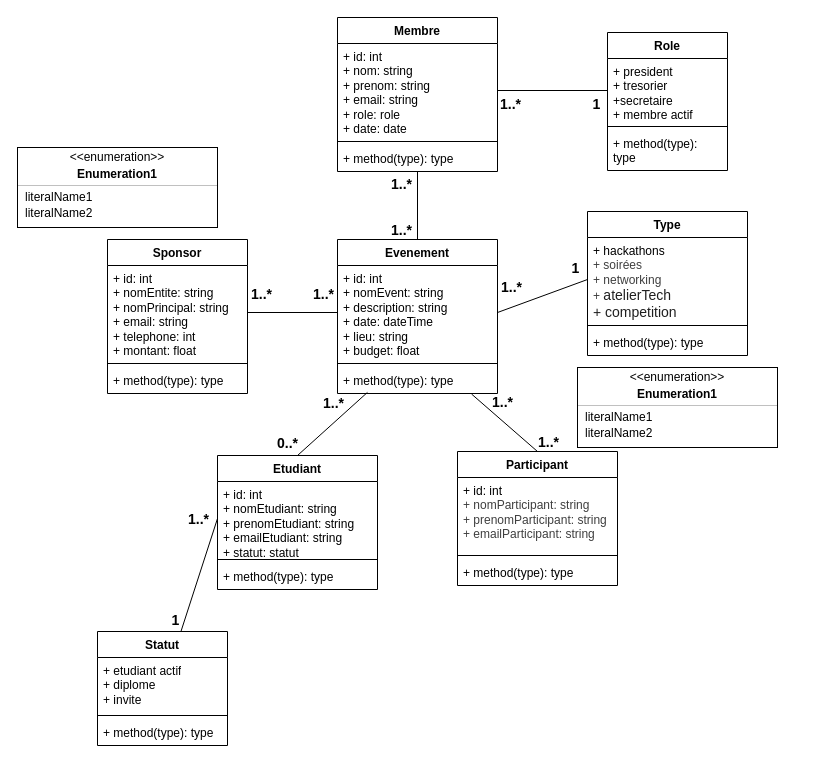
This is conception.drawio from makhfi03/sprint3-Brief-UML-SQL, a draw.io file, before an edit. Source tidied: cells renumbered, new cells numbered last; positions are measured from the earlier drawing's top-left corner, leaving out a move shared by most shapes. Both pictures are drawn from the tidied source at 100%, with x=0, y=0 at pixel (17, 17).
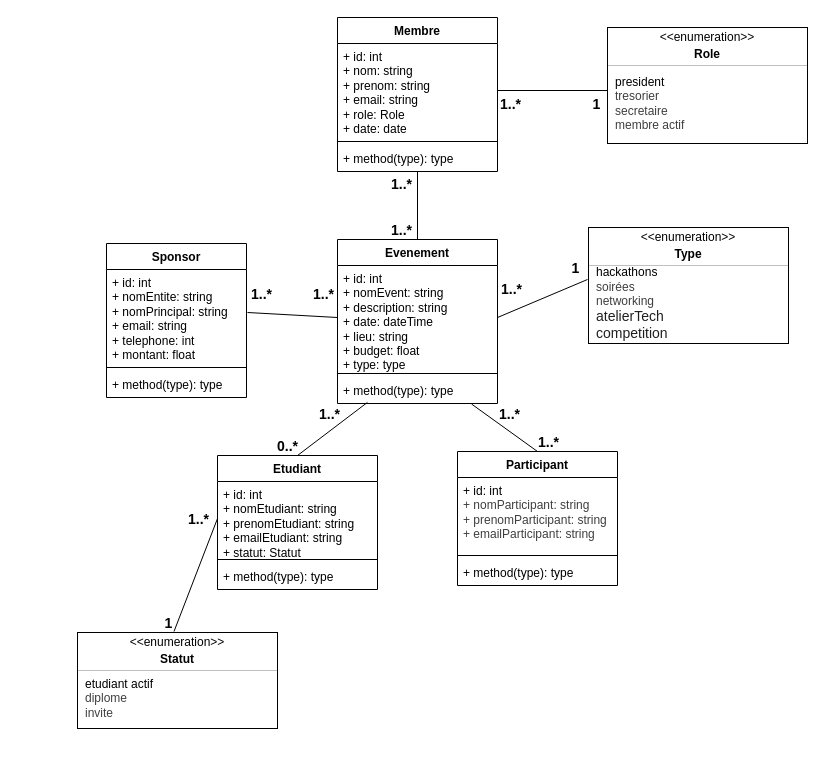
Above is the later version.

Commit message (it also covers changes not shown here):
corriger la conception uml (diagramme de classe) et l'implementation dans la base de donnée (MySQL).

Unchanged cells that the change refers to:
```xml
<mxCell id="3" value="Membre" style="swimlane;fontStyle=1;align=center;verticalAlign=top;horizontal=1;startSize=26;whiteSpace=wrap;html=1;" parent="1" vertex="1">
  <mxGeometry x="320" width="160" height="154" as="geometry" />
</mxCell>
<mxCell id="19" value="Etudiant" style="swimlane;fontStyle=1;align=center;verticalAlign=top;horizontal=1;startSize=26;whiteSpace=wrap;html=1;" parent="1" vertex="1">
  <mxGeometry x="200" y="438" width="160" height="134" as="geometry" />
</mxCell>
```

The edit, as a diff of the source:
```diff
@@
-    <mxCell id="4" value="+ id: int&lt;div&gt;+ nom: string&lt;/div&gt;&lt;div&gt;+ prenom: string&lt;/div&gt;&lt;div&gt;+ email: string&lt;/div&gt;&lt;div&gt;+ role: role&lt;/div&gt;&lt;div&gt;+ date: date&lt;/div&gt;" style="text;strokeColor=none;fillColor=none;align=left;verticalAlign=top;spacingLeft=4;spacingRight=4;overflow=hidden;points=[[0,0.5],[1,0.5]];portConstraint=eastwest;whiteSpace=wrap;html=1;" parent="3" vertex="1">
+    <mxCell id="4" value="+ id: int&lt;div&gt;+ nom: string&lt;/div&gt;&lt;div&gt;+ prenom: string&lt;/div&gt;&lt;div&gt;+ email: string&lt;/div&gt;&lt;div&gt;+ role: Role&lt;/div&gt;&lt;div&gt;+ date: date&lt;/div&gt;" style="text;strokeColor=none;fillColor=none;align=left;verticalAlign=top;spacingLeft=4;spacingRight=4;overflow=hidden;points=[[0,0.5],[1,0.5]];portConstraint=eastwest;whiteSpace=wrap;html=1;" parent="3" vertex="1">
       <mxGeometry y="26" width="160" height="94" as="geometry" />
     </mxCell>
@@
-    <mxCell id="7" value="Type" style="swimlane;fontStyle=1;align=center;verticalAlign=top;horizontal=1;startSize=26;whiteSpace=wrap;html=1;" parent="1" vertex="1">
-      <mxGeometry x="570" y="194" width="160" height="144" as="geometry" />
-    </mxCell>
-    <mxCell id="8" value="&lt;span style=&quot;color: rgb(0, 0, 0);&quot;&gt;+ hackathons&lt;/span&gt;&lt;div style=&quot;color: rgb(63, 63, 63); scrollbar-color: rgb(226, 226, 226) rgb(251, 251, 251);&quot;&gt;+ soirées&lt;/div&gt;&lt;div style=&quot;color: rgb(63, 63, 63); scrollbar-color: rgb(226, 226, 226) rgb(251, 251, 251);&quot;&gt;+ networking&lt;/div&gt;&lt;div style=&quot;color: rgb(63, 63, 63); scrollbar-color: rgb(226, 226, 226) rgb(251, 251, 251);&quot;&gt;+&amp;nbsp;&lt;span style=&quot;background-color: rgb(255, 255, 255); color: rgba(0, 0, 0, 0.88); font-family: &amp;quot;Nunito Sans&amp;quot;, &amp;quot;sans-serif&amp;quot;; font-size: 14px;&quot;&gt;atelierTech&lt;/span&gt;&lt;/div&gt;&lt;div style=&quot;color: rgb(63, 63, 63); scrollbar-color: rgb(226, 226, 226) rgb(251, 251, 251);&quot;&gt;&lt;span style=&quot;background-color: rgb(255, 255, 255); color: rgba(0, 0, 0, 0.88); font-family: &amp;quot;Nunito Sans&amp;quot;, &amp;quot;sans-serif&amp;quot;; font-size: 14px;&quot;&gt;+ competition&lt;/span&gt;&lt;/div&gt;" style="text;strokeColor=none;fillColor=none;align=left;verticalAlign=top;spacingLeft=4;spacingRight=4;overflow=hidden;points=[[0,0.5],[1,0.5]];portConstraint=eastwest;whiteSpace=wrap;html=1;" parent="7" vertex="1">
-      <mxGeometry y="26" width="160" height="84" as="geometry" />
-    </mxCell>
-    <mxCell id="9" style="line;strokeWidth=1;fillColor=none;align=left;verticalAlign=middle;spacingTop=-1;spacingLeft=3;spacingRight=3;labelPosition=right;strokeColor=inherit;" parent="7" vertex="1">
-      <mxGeometry y="110" width="160" height="8" as="geometry" />
-    </mxCell>
-    <mxCell id="10" value="+ method(type): type" style="text;strokeColor=none;fillColor=none;align=left;verticalAlign=top;spacingLeft=4;spacingRight=4;overflow=hidden;whiteSpace=wrap;html=1;" parent="7" vertex="1">
-      <mxGeometry y="118" width="160" height="26" as="geometry" />
-    </mxCell>
-    <mxCell id="11" value="Role" style="swimlane;fontStyle=1;align=center;verticalAlign=top;horizontal=1;startSize=26;whiteSpace=wrap;html=1;" parent="1" vertex="1">
-      <mxGeometry x="590" y="15" width="120" height="138" as="geometry" />
-    </mxCell>
-    <mxCell id="12" value="+ president&lt;div&gt;+ tresorier&lt;/div&gt;&lt;div&gt;+secretaire&lt;/div&gt;&lt;div&gt;+ membre actif&lt;/div&gt;" style="text;strokeColor=none;fillColor=none;align=left;verticalAlign=top;spacingLeft=4;spacingRight=4;overflow=hidden;points=[[0,0.5],[1,0.5]];portConstraint=eastwest;whiteSpace=wrap;html=1;" parent="11" vertex="1">
-      <mxGeometry y="26" width="120" height="64" as="geometry" />
-    </mxCell>
-    <mxCell id="13" style="line;strokeWidth=1;fillColor=none;align=left;verticalAlign=middle;spacingTop=-1;spacingLeft=3;spacingRight=3;labelPosition=right;strokeColor=inherit;" parent="11" vertex="1">
-      <mxGeometry y="90" width="120" height="8" as="geometry" />
-    </mxCell>
-    <mxCell id="14" value="+ method(type): type" style="text;strokeColor=none;fillColor=none;align=left;verticalAlign=top;spacingLeft=4;spacingRight=4;overflow=hidden;whiteSpace=wrap;html=1;" parent="11" vertex="1">
-      <mxGeometry y="98" width="120" height="40" as="geometry" />
-    </mxCell>
@@
-    <mxCell id="20" value="+ id: int&lt;div&gt;+ nomEtudiant: string&lt;/div&gt;&lt;div&gt;+ prenomEtudiant: string&lt;/div&gt;&lt;div&gt;+ emailEtudiant: string&lt;/div&gt;&lt;div&gt;+ statut: statut&lt;/div&gt;" style="text;strokeColor=none;fillColor=none;align=left;verticalAlign=top;spacingLeft=4;spacingRight=4;overflow=hidden;points=[[0,0.5],[1,0.5]];portConstraint=eastwest;whiteSpace=wrap;html=1;" parent="19" vertex="1">
+    <mxCell id="20" value="+ id: int&lt;div&gt;+ nomEtudiant: string&lt;/div&gt;&lt;div&gt;+ prenomEtudiant: string&lt;/div&gt;&lt;div&gt;+ emailEtudiant: string&lt;/div&gt;&lt;div&gt;+ statut: Statut&lt;/div&gt;" style="text;strokeColor=none;fillColor=none;align=left;verticalAlign=top;spacingLeft=4;spacingRight=4;overflow=hidden;points=[[0,0.5],[1,0.5]];portConstraint=eastwest;whiteSpace=wrap;html=1;" parent="19" vertex="1">
       <mxGeometry y="26" width="160" height="74" as="geometry" />
     </mxCell>
@@
-    <mxCell id="23" value="Sponsor" style="swimlane;fontStyle=1;align=center;verticalAlign=top;horizontal=1;startSize=26;whiteSpace=wrap;html=1;" parent="1" vertex="1">
-      <mxGeometry x="90" y="222" width="140" height="154" as="geometry" />
-    </mxCell>
-    <mxCell id="24" value="+ id: int&lt;div&gt;+ nomEntite: string&lt;/div&gt;&lt;div&gt;+ nomPrincipal: string&lt;/div&gt;&lt;div&gt;+ email: string&lt;/div&gt;&lt;div&gt;+ telephone: int&lt;/div&gt;&lt;div&gt;+ montant: float&lt;/div&gt;" style="text;strokeColor=none;fillColor=none;align=left;verticalAlign=top;spacingLeft=4;spacingRight=4;overflow=hidden;points=[[0,0.5],[1,0.5]];portConstraint=eastwest;whiteSpace=wrap;html=1;" parent="23" vertex="1">
-      <mxGeometry y="26" width="140" height="94" as="geometry" />
-    </mxCell>
-    <mxCell id="25" style="line;strokeWidth=1;fillColor=none;align=left;verticalAlign=middle;spacingTop=-1;spacingLeft=3;spacingRight=3;labelPosition=right;strokeColor=inherit;" parent="23" vertex="1">
-      <mxGeometry y="120" width="140" height="8" as="geometry" />
-    </mxCell>
-    <mxCell id="26" value="+ method(type): type" style="text;strokeColor=none;fillColor=none;align=left;verticalAlign=top;spacingLeft=4;spacingRight=4;overflow=hidden;whiteSpace=wrap;html=1;" parent="23" vertex="1">
-      <mxGeometry y="128" width="140" height="26" as="geometry" />
-    </mxCell>
     <mxCell id="27" value="Evenement" style="swimlane;fontStyle=1;align=center;verticalAlign=top;horizontal=1;startSize=26;whiteSpace=wrap;html=1;" parent="1" vertex="1">
-      <mxGeometry x="320" y="222" width="160" height="154" as="geometry" />
+      <mxGeometry x="320" y="222" width="160" height="164" as="geometry" />
     </mxCell>
-    <mxCell id="28" value="&lt;div&gt;+ id: int&lt;/div&gt;+ nomEvent: string&lt;div&gt;+ description: string&lt;/div&gt;&lt;div&gt;+ date: dateTime&lt;/div&gt;&lt;div&gt;+ lieu: string&lt;/div&gt;&lt;div&gt;+ budget: float&lt;/div&gt;" style="text;strokeColor=none;fillColor=none;align=left;verticalAlign=top;spacingLeft=4;spacingRight=4;overflow=hidden;points=[[0,0.5],[1,0.5]];portConstraint=eastwest;whiteSpace=wrap;html=1;" parent="27" vertex="1">
-      <mxGeometry y="26" width="160" height="94" as="geometry" />
+    <mxCell id="28" value="&lt;div&gt;+ id: int&lt;/div&gt;+ nomEvent: string&lt;div&gt;+ description: string&lt;/div&gt;&lt;div&gt;+ date: dateTime&lt;/div&gt;&lt;div&gt;+ lieu: string&lt;/div&gt;&lt;div&gt;+ budget: float&lt;/div&gt;&lt;div&gt;+ type: type&lt;/div&gt;" style="text;strokeColor=none;fillColor=none;align=left;verticalAlign=top;spacingLeft=4;spacingRight=4;overflow=hidden;points=[[0,0.5],[1,0.5]];portConstraint=eastwest;whiteSpace=wrap;html=1;" parent="27" vertex="1">
+      <mxGeometry y="26" width="160" height="104" as="geometry" />
     </mxCell>
     <mxCell id="29" style="line;strokeWidth=1;fillColor=none;align=left;verticalAlign=middle;spacingTop=-1;spacingLeft=3;spacingRight=3;labelPosition=right;strokeColor=inherit;" parent="27" vertex="1">
-      <mxGeometry y="120" width="160" height="8" as="geometry" />
+      <mxGeometry y="130" width="160" height="8" as="geometry" />
     </mxCell>
     <mxCell id="30" value="+ method(type): type" style="text;strokeColor=none;fillColor=none;align=left;verticalAlign=top;spacingLeft=4;spacingRight=4;overflow=hidden;points=[[0,0.5],[1,0.5]];portConstraint=eastwest;whiteSpace=wrap;html=1;" parent="27" vertex="1">
-      <mxGeometry y="128" width="160" height="26" as="geometry" />
+      <mxGeometry y="138" width="160" height="26" as="geometry" />
     </mxCell>
@@
-    <mxCell id="33" style="edgeStyle=none;html=1;exitX=0;exitY=0.5;exitDx=0;exitDy=0;entryX=1;entryY=0.5;entryDx=0;entryDy=0;endArrow=none;endFill=0;" parent="1" edge="1" source="8" target="28">
-      <mxGeometry relative="1" as="geometry" />
+    <mxCell id="33" style="edgeStyle=none;html=1;exitX=0;exitY=0.5;exitDx=0;exitDy=0;entryX=1;entryY=0.5;entryDx=0;entryDy=0;endArrow=none;endFill=0;" parent="1" edge="1" target="28">
+      <mxGeometry relative="1" as="geometry">
+        <mxPoint x="570" y="262" as="sourcePoint" />
+      </mxGeometry>
     </mxCell>
@@
-    <mxCell id="36" style="edgeStyle=none;html=1;exitX=1;exitY=0.5;exitDx=0;exitDy=0;entryX=0;entryY=0.5;entryDx=0;entryDy=0;endArrow=none;endFill=0;" parent="1" edge="1" source="24" target="28">
-      <mxGeometry relative="1" as="geometry" />
+    <mxCell id="36" style="edgeStyle=none;html=1;exitX=1;exitY=0.5;exitDx=0;exitDy=0;entryX=0;entryY=0.5;entryDx=0;entryDy=0;endArrow=none;endFill=0;" parent="1" edge="1" target="28">
+      <mxGeometry relative="1" as="geometry">
+        <mxPoint x="230" y="295" as="sourcePoint" />
+      </mxGeometry>
     </mxCell>
-    <mxCell id="37" style="edgeStyle=none;html=1;entryX=0;entryY=0.5;entryDx=0;entryDy=0;endArrow=none;endFill=0;" parent="1" edge="1" source="4" target="12">
-      <mxGeometry relative="1" as="geometry" />
+    <mxCell id="37" style="edgeStyle=none;html=1;entryX=0;entryY=0.5;entryDx=0;entryDy=0;endArrow=none;endFill=0;" parent="1" edge="1" source="4">
+      <mxGeometry relative="1" as="geometry">
+        <mxPoint x="590" y="73" as="targetPoint" />
+      </mxGeometry>
     </mxCell>
     <mxCell id="38" value="1..*" style="edgeLabel;html=1;align=center;verticalAlign=middle;fontSize=14;fontStyle=1;" parent="1" vertex="1">
-      <mxGeometry x="315" y="385" as="geometry" />
+      <mxGeometry x="311" y="396" as="geometry" />
     </mxCell>
@@
     <mxCell id="40" value="1..*" style="edgeLabel;html=1;align=center;verticalAlign=middle;fontSize=14;fontStyle=1;" parent="1" vertex="1">
-      <mxGeometry x="484" y="384" as="geometry" />
+      <mxGeometry x="491" y="396" as="geometry" />
     </mxCell>
@@
-    <mxCell id="48" value="Statut" style="swimlane;fontStyle=1;align=center;verticalAlign=top;horizontal=1;startSize=26;whiteSpace=wrap;html=1;" parent="1" vertex="1">
-      <mxGeometry x="80" y="614" width="130" height="114" as="geometry" />
-    </mxCell>
-    <mxCell id="49" value="+ etudiant actif&lt;div&gt;+ diplome&lt;/div&gt;&lt;div&gt;+ invite&lt;/div&gt;" style="text;strokeColor=none;fillColor=none;align=left;verticalAlign=top;spacingLeft=4;spacingRight=4;overflow=hidden;whiteSpace=wrap;html=1;" parent="48" vertex="1">
-      <mxGeometry y="26" width="130" height="54" as="geometry" />
-    </mxCell>
-    <mxCell id="50" style="line;strokeWidth=1;fillColor=none;align=left;verticalAlign=middle;spacingTop=-1;spacingLeft=3;spacingRight=3;labelPosition=right;strokeColor=inherit;" parent="48" vertex="1">
-      <mxGeometry y="80" width="130" height="8" as="geometry" />
-    </mxCell>
-    <mxCell id="51" value="+ method(type): type" style="text;strokeColor=none;fillColor=none;align=left;verticalAlign=top;spacingLeft=4;spacingRight=4;overflow=hidden;whiteSpace=wrap;html=1;" parent="48" vertex="1">
-      <mxGeometry y="88" width="130" height="26" as="geometry" />
-    </mxCell>
-    <mxCell id="52" style="edgeStyle=none;html=1;exitX=0;exitY=0.5;exitDx=0;exitDy=0;endArrow=none;endFill=0;" parent="1" edge="1" source="20" target="48">
-      <mxGeometry relative="1" as="geometry" />
+    <mxCell id="52" style="edgeStyle=none;html=1;exitX=0;exitY=0.5;exitDx=0;exitDy=0;endArrow=none;endFill=0;" parent="1" edge="1" source="20">
+      <mxGeometry relative="1" as="geometry">
+        <mxPoint x="156.5" y="614" as="targetPoint" />
+      </mxGeometry>
     </mxCell>
     <mxCell id="53" value="1" style="edgeLabel;html=1;align=center;verticalAlign=middle;fontSize=14;fontStyle=1;" parent="1" vertex="1">
-      <mxGeometry x="160" y="620" as="geometry">
+      <mxGeometry x="153" y="623" as="geometry">
         <mxPoint x="-3" y="-18" as="offset" />
       </mxGeometry>
     </mxCell>
@@
     <mxCell id="55" style="fontStyle=1;align=center;verticalAlign=middle;horizontal=1;" parent="1" vertex="1">
-      <mxGeometry x="560" y="350" width="200" height="80" as="geometry" />
+      <mxGeometry x="571" y="210" width="200" height="116" as="geometry" />
     </mxCell>
@@
-    <mxCell id="57" value="Enumeration1" style="html=1;align=center;spacing=0;verticalAlign=middle;strokeColor=none;fillColor=none;whiteSpace=wrap;fontStyle=1;" parent="55" vertex="1">
+    <mxCell id="57" value="&lt;span style=&quot;color: rgb(0, 0, 0);&quot;&gt;Type&lt;/span&gt;" style="html=1;align=center;spacing=0;verticalAlign=middle;strokeColor=none;fillColor=none;whiteSpace=wrap;fontStyle=1;" parent="55" vertex="1">
       <mxGeometry y="20" width="200" height="14" as="geometry" />
     </mxCell>
@@
-    <mxCell id="59" value="literalName1" style="html=1;align=left;spacing=0;spacingLeft=8;verticalAlign=middle;strokeColor=none;fillColor=none;whiteSpace=wrap;" parent="55" vertex="1">
-      <mxGeometry y="42" width="200" height="16" as="geometry" />
+    <mxCell id="59" value="&lt;span style=&quot;scrollbar-color: rgb(226, 226, 226) rgb(251, 251, 251); color: rgb(0, 0, 0);&quot;&gt;hackathons&lt;/span&gt;&lt;div style=&quot;scrollbar-color: rgb(226, 226, 226) rgb(251, 251, 251); color: rgb(63, 63, 63);&quot;&gt;soirées&lt;/div&gt;&lt;div style=&quot;scrollbar-color: rgb(226, 226, 226) rgb(251, 251, 251); color: rgb(63, 63, 63);&quot;&gt;networking&lt;/div&gt;&lt;div style=&quot;scrollbar-color: rgb(226, 226, 226) rgb(251, 251, 251); color: rgb(63, 63, 63);&quot;&gt;&lt;span style=&quot;scrollbar-color: rgb(226, 226, 226) rgb(251, 251, 251); background-color: rgb(255, 255, 255); font-family: &amp;quot;Nunito Sans&amp;quot;, &amp;quot;sans-serif&amp;quot;; font-size: 14px; color: rgba(0, 0, 0, 0.88);&quot;&gt;atelierTech&lt;/span&gt;&lt;/div&gt;&lt;div style=&quot;scrollbar-color: rgb(226, 226, 226) rgb(251, 251, 251); color: rgb(63, 63, 63);&quot;&gt;&lt;span style=&quot;scrollbar-color: rgb(226, 226, 226) rgb(251, 251, 251); background-color: rgb(255, 255, 255); font-family: &amp;quot;Nunito Sans&amp;quot;, &amp;quot;sans-serif&amp;quot;; font-size: 14px; color: rgba(0, 0, 0, 0.88);&quot;&gt;competition&lt;/span&gt;&lt;/div&gt;" style="html=1;align=left;spacing=0;spacingLeft=8;verticalAlign=middle;strokeColor=none;fillColor=none;whiteSpace=wrap;" parent="55" vertex="1">
+      <mxGeometry y="42" width="200" height="68" as="geometry" />
     </mxCell>
-    <mxCell id="60" value="literalName2" style="html=1;align=left;spacing=0;spacingLeft=8;verticalAlign=middle;strokeColor=none;fillColor=none;whiteSpace=wrap;" parent="55" vertex="1">
-      <mxGeometry y="58" width="200" height="16" as="geometry" />
-    </mxCell>
     <mxCell id="61" style="html=1;align=left;spacing=0;spacingLeft=8;verticalAlign=middle;strokeColor=none;fillColor=none;whiteSpace=wrap;" parent="55" vertex="1">
-      <mxGeometry y="74" width="200" height="6" as="geometry" />
+      <mxGeometry y="110" width="200" height="6" as="geometry" />
     </mxCell>
-    <mxCell id="62" style="fontStyle=1;align=center;verticalAlign=middle;horizontal=1;" parent="1" vertex="1">
-      <mxGeometry y="130" width="200" height="80" as="geometry" />
-    </mxCell>
-    <mxCell id="63" value="&amp;lt;&amp;lt;enumeration&amp;gt;&amp;gt;" style="html=1;align=center;spacing=0;verticalAlign=middle;strokeColor=none;fillColor=none;whiteSpace=wrap;" parent="62" vertex="1">
-      <mxGeometry width="200" height="20" as="geometry" />
-    </mxCell>
-    <mxCell id="64" value="Enumeration1" style="html=1;align=center;spacing=0;verticalAlign=middle;strokeColor=none;fillColor=none;whiteSpace=wrap;fontStyle=1;" parent="62" vertex="1">
-      <mxGeometry y="20" width="200" height="14" as="geometry" />
-    </mxCell>
-    <mxCell id="65" style="line;strokeWidth=0.25;fillColor=none;align=left;verticalAlign=middle;spacingTop=-1;spacingLeft=3;spacingRight=3;labelPosition=right;" parent="62" vertex="1">
-      <mxGeometry y="34" width="200" height="8" as="geometry" />
-    </mxCell>
-    <mxCell id="66" value="literalName1" style="html=1;align=left;spacing=0;spacingLeft=8;verticalAlign=middle;strokeColor=none;fillColor=none;whiteSpace=wrap;" parent="62" vertex="1">
-      <mxGeometry y="42" width="200" height="16" as="geometry" />
-    </mxCell>
-    <mxCell id="67" value="literalName2" style="html=1;align=left;spacing=0;spacingLeft=8;verticalAlign=middle;strokeColor=none;fillColor=none;whiteSpace=wrap;" parent="62" vertex="1">
-      <mxGeometry y="58" width="200" height="16" as="geometry" />
-    </mxCell>
-    <mxCell id="68" style="html=1;align=left;spacing=0;spacingLeft=8;verticalAlign=middle;strokeColor=none;fillColor=none;whiteSpace=wrap;" parent="62" vertex="1">
-      <mxGeometry y="74" width="200" height="6" as="geometry" />
-    </mxCell>
+    <mxCell id="69" style="fontStyle=1;align=center;verticalAlign=middle;horizontal=1;" parent="1" vertex="1">
+      <mxGeometry x="60" y="615" width="200" height="96" as="geometry" />
+    </mxCell>
+    <mxCell id="70" value="&amp;lt;&amp;lt;enumeration&amp;gt;&amp;gt;" style="html=1;align=center;spacing=0;verticalAlign=middle;strokeColor=none;fillColor=none;whiteSpace=wrap;" parent="69" vertex="1">
+      <mxGeometry width="200" height="20" as="geometry" />
+    </mxCell>
+    <mxCell id="48" value="&lt;span style=&quot;color: rgb(0, 0, 0);&quot;&gt;Statut&lt;/span&gt;" style="html=1;align=center;spacing=0;verticalAlign=middle;strokeColor=none;fillColor=none;whiteSpace=wrap;fontStyle=1;" parent="69" vertex="1">
+      <mxGeometry y="20" width="200" height="14" as="geometry" />
+    </mxCell>
+    <mxCell id="71" style="line;strokeWidth=0.25;fillColor=none;align=left;verticalAlign=middle;spacingTop=-1;spacingLeft=3;spacingRight=3;labelPosition=right;" parent="69" vertex="1">
+      <mxGeometry y="34" width="200" height="8" as="geometry" />
+    </mxCell>
+    <mxCell id="72" value="&lt;span style=&quot;color: rgb(0, 0, 0);&quot;&gt;etudiant actif&lt;/span&gt;&lt;div style=&quot;color: rgb(63, 63, 63); scrollbar-color: rgb(226, 226, 226) rgb(251, 251, 251);&quot;&gt;diplome&lt;/div&gt;&lt;div style=&quot;color: rgb(63, 63, 63); scrollbar-color: rgb(226, 226, 226) rgb(251, 251, 251);&quot;&gt;invite&lt;/div&gt;" style="html=1;align=left;spacing=0;spacingLeft=8;verticalAlign=middle;strokeColor=none;fillColor=none;whiteSpace=wrap;" parent="69" vertex="1">
+      <mxGeometry y="42" width="200" height="48" as="geometry" />
+    </mxCell>
+    <mxCell id="73" style="html=1;align=left;spacing=0;spacingLeft=8;verticalAlign=middle;strokeColor=none;fillColor=none;whiteSpace=wrap;" parent="69" vertex="1">
+      <mxGeometry y="90" width="200" height="6" as="geometry" />
+    </mxCell>
+    <mxCell id="23" value="Sponsor" style="swimlane;fontStyle=1;align=center;verticalAlign=top;horizontal=1;startSize=26;whiteSpace=wrap;html=1;" parent="1" vertex="1">
+      <mxGeometry x="89" y="226" width="140" height="154" as="geometry" />
+    </mxCell>
+    <mxCell id="24" value="+ id: int&lt;div&gt;+ nomEntite: string&lt;/div&gt;&lt;div&gt;+ nomPrincipal: string&lt;/div&gt;&lt;div&gt;+ email: string&lt;/div&gt;&lt;div&gt;+ telephone: int&lt;/div&gt;&lt;div&gt;+ montant: float&lt;/div&gt;" style="text;strokeColor=none;fillColor=none;align=left;verticalAlign=top;spacingLeft=4;spacingRight=4;overflow=hidden;points=[[0,0.5],[1,0.5]];portConstraint=eastwest;whiteSpace=wrap;html=1;" parent="23" vertex="1">
+      <mxGeometry y="26" width="140" height="94" as="geometry" />
+    </mxCell>
+    <mxCell id="25" style="line;strokeWidth=1;fillColor=none;align=left;verticalAlign=middle;spacingTop=-1;spacingLeft=3;spacingRight=3;labelPosition=right;strokeColor=inherit;" parent="23" vertex="1">
+      <mxGeometry y="120" width="140" height="8" as="geometry" />
+    </mxCell>
+    <mxCell id="26" value="+ method(type): type" style="text;strokeColor=none;fillColor=none;align=left;verticalAlign=top;spacingLeft=4;spacingRight=4;overflow=hidden;whiteSpace=wrap;html=1;" parent="23" vertex="1">
+      <mxGeometry y="128" width="140" height="26" as="geometry" />
+    </mxCell>
+    <mxCell id="74" style="edgeStyle=none;html=1;entryX=1;entryY=0.5;entryDx=0;entryDy=0;" parent="23" edge="1" source="23" target="24">
+      <mxGeometry relative="1" as="geometry" />
+    </mxCell>
+    <mxCell id="75" style="fontStyle=1;align=center;verticalAlign=middle;horizontal=1;" parent="1" vertex="1">
+      <mxGeometry x="590" y="10" width="200" height="116" as="geometry" />
+    </mxCell>
+    <mxCell id="76" value="&amp;lt;&amp;lt;enumeration&amp;gt;&amp;gt;" style="html=1;align=center;spacing=0;verticalAlign=middle;strokeColor=none;fillColor=none;whiteSpace=wrap;" parent="75" vertex="1">
+      <mxGeometry width="200" height="20" as="geometry" />
+    </mxCell>
+    <mxCell id="11" value="&lt;span style=&quot;color: rgb(0, 0, 0);&quot;&gt;Role&lt;/span&gt;" style="html=1;align=center;spacing=0;verticalAlign=middle;strokeColor=none;fillColor=none;whiteSpace=wrap;fontStyle=1;" parent="75" vertex="1">
+      <mxGeometry y="20" width="200" height="14" as="geometry" />
+    </mxCell>
+    <mxCell id="77" style="line;strokeWidth=0.25;fillColor=none;align=left;verticalAlign=middle;spacingTop=-1;spacingLeft=3;spacingRight=3;labelPosition=right;" parent="75" vertex="1">
+      <mxGeometry y="34" width="200" height="8" as="geometry" />
+    </mxCell>
+    <mxCell id="78" value="&lt;span style=&quot;color: rgb(0, 0, 0);&quot;&gt;president&lt;/span&gt;&lt;div style=&quot;color: rgb(63, 63, 63); scrollbar-color: rgb(226, 226, 226) rgb(251, 251, 251);&quot;&gt;tresorier&lt;/div&gt;&lt;div style=&quot;color: rgb(63, 63, 63); scrollbar-color: rgb(226, 226, 226) rgb(251, 251, 251);&quot;&gt;secretaire&lt;/div&gt;&lt;div style=&quot;color: rgb(63, 63, 63); scrollbar-color: rgb(226, 226, 226) rgb(251, 251, 251);&quot;&gt;membre actif&lt;/div&gt;" style="html=1;align=left;spacing=0;spacingLeft=8;verticalAlign=middle;strokeColor=none;fillColor=none;whiteSpace=wrap;" parent="75" vertex="1">
+      <mxGeometry y="42" width="200" height="68" as="geometry" />
+    </mxCell>
+    <mxCell id="79" style="html=1;align=left;spacing=0;spacingLeft=8;verticalAlign=middle;strokeColor=none;fillColor=none;whiteSpace=wrap;" parent="75" vertex="1">
+      <mxGeometry y="110" width="200" height="6" as="geometry" />
+    </mxCell>
```
